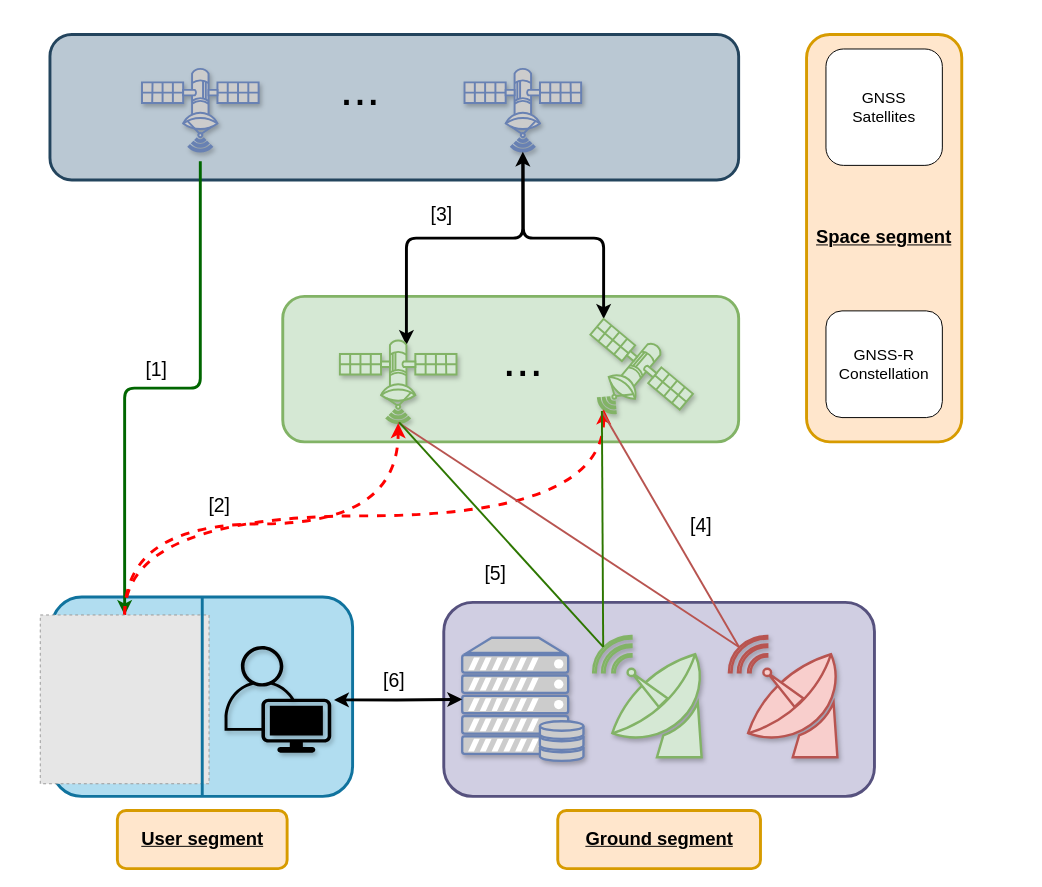
Above: Sat1.drawio in javijnb/LPRO_diagrams (draw.io), before the change. Source tidied: cells renumbered, new cells numbered last; positions are measured from the earlier drawing's top-left corner, leaving out a move shared by most shapes. Both pictures are drawn from the tidied source at 97%, with x=0, y=0 at pixel (40, 34). Pictures stored in the file or linked from it are replaced by grey dashed boxes.
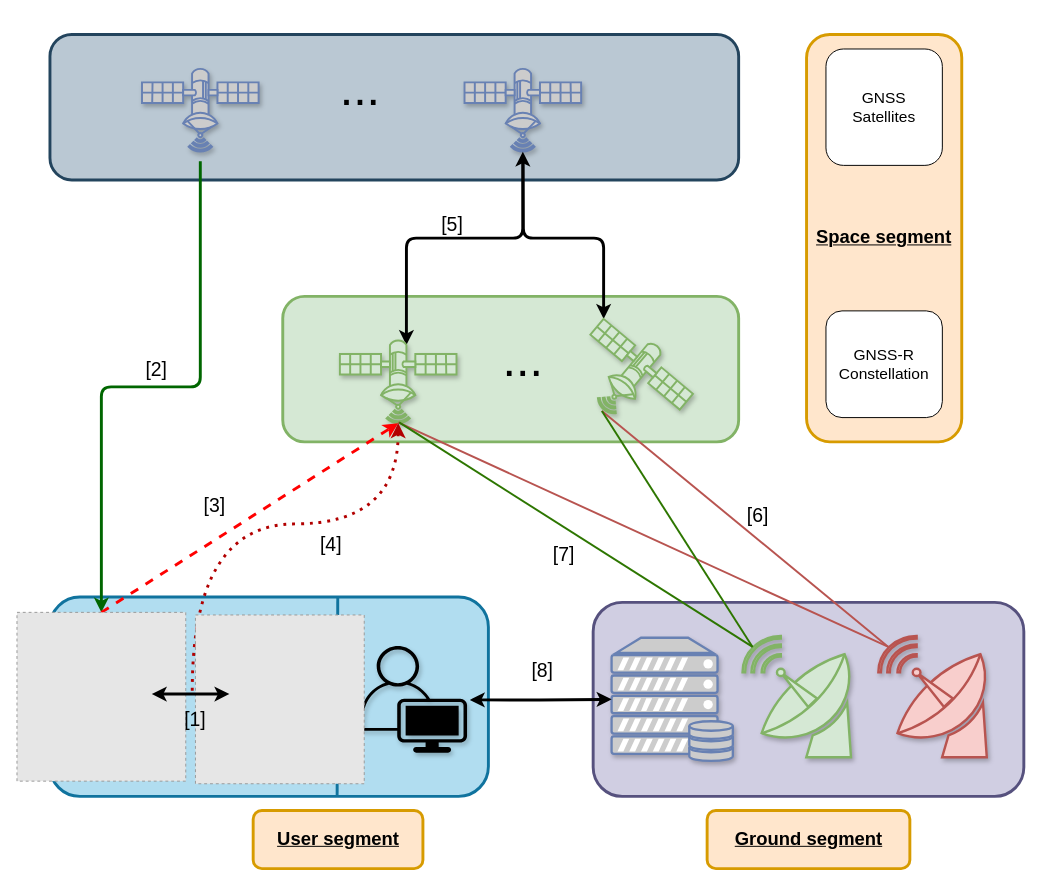
After the change.

The change refers to these unchanged cells:
```xml
<mxCell id="11" style="verticalAlign=top;verticalLabelPosition=bottom;labelPosition=center;align=center;html=1;outlineConnect=0;fillColor=#d5e8d4;strokeColor=#82b366;gradientDirection=north;strokeWidth=2;shape=mxgraph.networks.satellite;rotation=-45;shadow=1;" parent="1" vertex="1">
  <mxGeometry x="319" y="290" width="100" height="100" as="geometry" />
</mxCell>
<mxCell id="13" style="verticalAlign=top;verticalLabelPosition=bottom;labelPosition=center;align=center;html=1;outlineConnect=0;fillColor=#d5e8d4;strokeColor=#82b366;gradientDirection=north;strokeWidth=2;shape=mxgraph.networks.satellite;rotation=-5;gradientColor=none;shadow=1;" parent="1" vertex="1">
  <mxGeometry x="570" y="290" width="100" height="100" as="geometry" />
</mxCell>
```

The edit, as a diff of the source:
```diff
@@
     <mxCell id="2" style="rounded=1;whiteSpace=wrap;html=1;fillColor=#d0cee2;strokeColor=#56517e;strokeWidth=3;" parent="1" vertex="1">
-      <mxGeometry x="416" y="585.5" width="444" height="200" as="geometry" />
+      <mxGeometry x="570" y="585.5" width="444" height="200" as="geometry" />
     </mxCell>
@@
     <mxCell id="6" style="rounded=1;whiteSpace=wrap;html=1;fillColor=#b1ddf0;strokeColor=#10739e;strokeWidth=3;" parent="1" vertex="1">
-      <mxGeometry x="12" y="580" width="310" height="205.5" as="geometry" />
+      <mxGeometry x="10" y="580" width="452" height="205.5" as="geometry" />
     </mxCell>
@@
-    <mxCell id="14" style="edgeStyle=orthogonalEdgeStyle;jettySize=auto;html=1;exitX=0.5;exitY=0;exitDx=0;exitDy=0;entryX=0.07;entryY=0.93;entryDx=0;entryDy=0;entryPerimeter=0;fillColor=#f8cecc;strokeColor=#FF0000;strokeWidth=3;curved=1;dashed=1;" parent="1" edge="1" source="16" target="11">
+    <mxCell id="14" style="jettySize=auto;html=1;exitX=0.5;exitY=0;exitDx=0;exitDy=0;entryX=0.07;entryY=0.93;entryDx=0;entryDy=0;entryPerimeter=0;fillColor=#f8cecc;strokeColor=#FF0000;strokeWidth=3;dashed=1;sourcePerimeterSpacing=0;" parent="1" edge="1" source="16" target="11">
       <mxGeometry relative="1" as="geometry" />
     </mxCell>
-    <mxCell id="15" style="edgeStyle=orthogonalEdgeStyle;jettySize=auto;html=1;exitX=0.5;exitY=0;exitDx=0;exitDy=0;entryX=0.07;entryY=0.93;entryDx=0;entryDy=0;entryPerimeter=0;curved=1;strokeWidth=3;strokeColor=#FF0000;dashed=1;" parent="1" edge="1" source="16" target="13">
-      <mxGeometry relative="1" as="geometry" />
-    </mxCell>
     <mxCell id="16" style="fillColor=#E6E6E6;strokeColor=#999999;dashed=1;html=1;verticalAlign=top;verticalLabelPosition=bottom;labelBackgroundColor=#ffffff;" parent="1" vertex="1">
-      <mxGeometry y="598.5" width="174" height="174" as="geometry" />
+      <mxGeometry x="-24" y="595.8" width="174" height="174" as="geometry" />
     </mxCell>
@@
     <mxCell id="19" style="verticalAlign=top;verticalLabelPosition=bottom;labelPosition=center;align=center;html=1;outlineConnect=0;fillColor=#d5e8d4;strokeColor=#82b366;gradientDirection=north;strokeWidth=2;shape=mxgraph.networks.satellite_dish;flipV=0;flipH=1;shadow=1;" parent="1" vertex="1">
-      <mxGeometry x="570" y="620.2" width="115" height="125" as="geometry" />
+      <mxGeometry x="724" y="620.2" width="115" height="125" as="geometry" />
     </mxCell>
     <mxCell id="20" style="fontColor=#0066CC;verticalAlign=top;verticalLabelPosition=bottom;labelPosition=center;align=center;html=1;outlineConnect=0;fillColor=#CCCCCC;strokeColor=#6881B3;gradientColor=none;gradientDirection=north;strokeWidth=2;shape=mxgraph.networks.server_storage;shadow=1;" parent="1" vertex="1">
-      <mxGeometry x="435" y="622" width="125" height="127" as="geometry" />
+      <mxGeometry x="589" y="622" width="125" height="127" as="geometry" />
     </mxCell>
     <mxCell id="21" value="&lt;font style=&quot;font-size: 19px;&quot;&gt;&lt;u&gt;&lt;b&gt;User segment&lt;/b&gt;&lt;/u&gt;&lt;/font&gt;" style="rounded=1;whiteSpace=wrap;html=1;fillColor=#ffe6cc;strokeColor=#d79b00;strokeWidth=3;" parent="1" vertex="1">
-      <mxGeometry x="79.5" y="800" width="175" height="60" as="geometry" />
+      <mxGeometry x="219.5" y="800" width="175" height="60" as="geometry" />
     </mxCell>
     <mxCell id="22" value="&lt;font style=&quot;font-size: 19px;&quot;&gt;&lt;b&gt;&lt;u&gt;Ground segment&lt;/u&gt;&lt;/b&gt;&lt;/font&gt;" style="rounded=1;whiteSpace=wrap;html=1;fillColor=#ffe6cc;strokeColor=#d79b00;strokeWidth=3;" parent="1" vertex="1">
-      <mxGeometry x="533.5" y="800" width="209" height="60" as="geometry" />
+      <mxGeometry x="687.5" y="800" width="209" height="60" as="geometry" />
     </mxCell>
@@
     <mxCell id="24" style="points=[[0.35,0,0],[0.98,0.51,0],[1,0.71,0],[0.67,1,0],[0,0.795,0],[0,0.65,0]];verticalLabelPosition=bottom;sketch=0;html=1;verticalAlign=top;align=center;shape=mxgraph.cisco19.user;fillColor=#000000;strokeColor=#36393d;shadow=1;" parent="1" vertex="1">
-      <mxGeometry x="190" y="630.5" width="110" height="110" as="geometry" />
+      <mxGeometry x="330" y="630.5" width="110" height="110" as="geometry" />
     </mxCell>
@@
-    <mxCell id="27" style="edgeStyle=orthogonalEdgeStyle;rounded=0;orthogonalLoop=1;jettySize=auto;html=1;exitX=0.5;exitY=0;exitDx=0;exitDy=0;entryX=0.5;entryY=1;entryDx=0;entryDy=0;endArrow=none;endFill=0;strokeWidth=3;fillColor=#b1ddf0;strokeColor=#10739e;" parent="1" edge="1" source="6" target="6">
-      <mxGeometry relative="1" as="geometry">
-        <Array as="points">
-          <mxPoint x="167" y="700" />
-          <mxPoint x="167" y="700" />
-        </Array>
-      </mxGeometry>
-    </mxCell>
-    <mxCell id="28" value="&lt;font style=&quot;font-size: 20px;&quot;&gt;[1]&lt;/font&gt;" style="text;html=1;strokeColor=none;fillColor=none;align=center;verticalAlign=middle;whiteSpace=wrap;rounded=0;" parent="1" vertex="1">
+    <mxCell id="28" value="&lt;font style=&quot;font-size: 20px;&quot;&gt;[2]&lt;/font&gt;" style="text;html=1;strokeColor=none;fillColor=none;align=center;verticalAlign=middle;whiteSpace=wrap;rounded=0;" parent="1" vertex="1">
       <mxGeometry x="90" y="330" width="60" height="30" as="geometry" />
     </mxCell>
-    <mxCell id="29" value="&lt;font style=&quot;font-size: 20px;&quot;&gt;[2]&lt;/font&gt;" style="text;html=1;strokeColor=none;fillColor=none;align=center;verticalAlign=middle;whiteSpace=wrap;rounded=0;" parent="1" vertex="1">
-      <mxGeometry x="155" y="470" width="60" height="30" as="geometry" />
+    <mxCell id="29" value="&lt;font style=&quot;font-size: 20px;&quot;&gt;[3]&lt;/font&gt;" style="text;html=1;strokeColor=none;fillColor=none;align=center;verticalAlign=middle;whiteSpace=wrap;rounded=0;" parent="1" vertex="1">
+      <mxGeometry x="150" y="470" width="60" height="30" as="geometry" />
     </mxCell>
-    <mxCell id="30" value="&lt;font style=&quot;font-size: 20px;&quot;&gt;[3]&lt;/font&gt;" style="text;html=1;strokeColor=none;fillColor=none;align=center;verticalAlign=middle;whiteSpace=wrap;rounded=0;" parent="1" vertex="1">
-      <mxGeometry x="384" y="170" width="60" height="30" as="geometry" />
+    <mxCell id="30" value="&lt;font style=&quot;font-size: 20px;&quot;&gt;[4]&lt;/font&gt;" style="text;html=1;strokeColor=none;fillColor=none;align=center;verticalAlign=middle;whiteSpace=wrap;rounded=0;" parent="1" vertex="1">
+      <mxGeometry x="270" y="510" width="60" height="30" as="geometry" />
     </mxCell>
-    <mxCell id="31" value="&lt;font style=&quot;font-size: 20px;&quot;&gt;[4]&lt;/font&gt;" style="text;html=1;strokeColor=none;fillColor=none;align=center;verticalAlign=middle;whiteSpace=wrap;rounded=0;" parent="1" vertex="1">
-      <mxGeometry x="660" y="490" width="42.5" height="30" as="geometry" />
-    </mxCell>
-    <mxCell id="32" value="&lt;font style=&quot;font-size: 20px;&quot;&gt;[6]&lt;/font&gt;" style="text;html=1;strokeColor=none;fillColor=none;align=center;verticalAlign=middle;whiteSpace=wrap;rounded=0;" parent="1" vertex="1">
-      <mxGeometry x="335" y="650" width="60" height="30" as="geometry" />
+    <mxCell id="32" value="&lt;font style=&quot;font-size: 20px;&quot;&gt;[7]&lt;/font&gt;" style="text;html=1;strokeColor=none;fillColor=none;align=center;verticalAlign=middle;whiteSpace=wrap;rounded=0;" parent="1" vertex="1">
+      <mxGeometry x="510" y="520" width="60" height="30" as="geometry" />
     </mxCell>
     <mxCell id="33" style="verticalAlign=top;verticalLabelPosition=bottom;labelPosition=center;align=center;html=1;outlineConnect=0;fillColor=#f8cecc;strokeColor=#b85450;gradientDirection=north;strokeWidth=2;shape=mxgraph.networks.satellite_dish;flipV=0;flipH=1;shadow=1;" parent="1" vertex="1">
-      <mxGeometry x="710" y="620.2" width="115" height="125" as="geometry" />
+      <mxGeometry x="864" y="620.2" width="115" height="125" as="geometry" />
     </mxCell>
@@
+    <mxCell id="39" style="endArrow=none;html=1;rounded=0;exitX=0.655;exitY=1;exitDx=0;exitDy=0;exitPerimeter=0;strokeWidth=3;fillColor=#b1ddf0;strokeColor=#10739e;" parent="1" edge="1" source="6">
+      <mxGeometry relative="1" as="geometry">
+        <mxPoint x="306.7" y="579.8" as="targetPoint" />
+      </mxGeometry>
+    </mxCell>
+    <mxCell id="40" style="edgeStyle=orthogonalEdgeStyle;jettySize=auto;html=1;exitX=-0.019;exitY=0.449;exitDx=0;exitDy=0;entryX=0.07;entryY=0.93;entryDx=0;entryDy=0;entryPerimeter=0;curved=1;dashed=1;strokeWidth=3;dashPattern=1 2;fillColor=#e51400;strokeColor=#B20000;exitPerimeter=0;" parent="1" edge="1" source="41" target="11">
+      <mxGeometry relative="1" as="geometry" />
+    </mxCell>
+    <mxCell id="41" style="fillColor=#E6E6E6;strokeColor=#999999;dashed=1;html=1;verticalAlign=top;verticalLabelPosition=bottom;labelBackgroundColor=#ffffff;" parent="1" vertex="1">
+      <mxGeometry x="160" y="598.5" width="174" height="174" as="geometry" />
+    </mxCell>
+    <mxCell id="42" style="endArrow=classic;startArrow=classic;html=1;rounded=0;strokeWidth=3;" parent="1" edge="1">
+      <mxGeometry relative="1" as="geometry">
+        <mxPoint x="195" y="680" as="sourcePoint" />
+        <mxPoint x="115" y="680" as="targetPoint" />
+      </mxGeometry>
+    </mxCell>
+    <mxCell id="43" value="&lt;font style=&quot;font-size: 20px;&quot;&gt;[1]&lt;/font&gt;" style="text;html=1;strokeColor=none;fillColor=none;align=center;verticalAlign=middle;whiteSpace=wrap;rounded=0;" parent="1" vertex="1">
+      <mxGeometry x="130" y="690" width="60" height="30" as="geometry" />
+    </mxCell>
     <mxCell id="38" value="&lt;font style=&quot;font-size: 20px;&quot;&gt;[5]&lt;/font&gt;" style="text;html=1;strokeColor=none;fillColor=none;align=center;verticalAlign=middle;whiteSpace=wrap;rounded=0;" parent="1" vertex="1">
-      <mxGeometry x="447.5" y="540" width="42.5" height="30" as="geometry" />
+      <mxGeometry x="394.5" y="180" width="60" height="30" as="geometry" />
     </mxCell>
+    <mxCell id="44" value="&lt;font style=&quot;font-size: 20px;&quot;&gt;[6]&lt;/font&gt;" style="text;html=1;strokeColor=none;fillColor=none;align=center;verticalAlign=middle;whiteSpace=wrap;rounded=0;" parent="1" vertex="1">
+      <mxGeometry x="710" y="480" width="60" height="30" as="geometry" />
+    </mxCell>
+    <mxCell id="45" value="&lt;font style=&quot;font-size: 20px;&quot;&gt;[8]&lt;/font&gt;" style="text;html=1;strokeColor=none;fillColor=none;align=center;verticalAlign=middle;whiteSpace=wrap;rounded=0;" parent="1" vertex="1">
+      <mxGeometry x="487.5" y="640" width="60" height="30" as="geometry" />
+    </mxCell>
```
